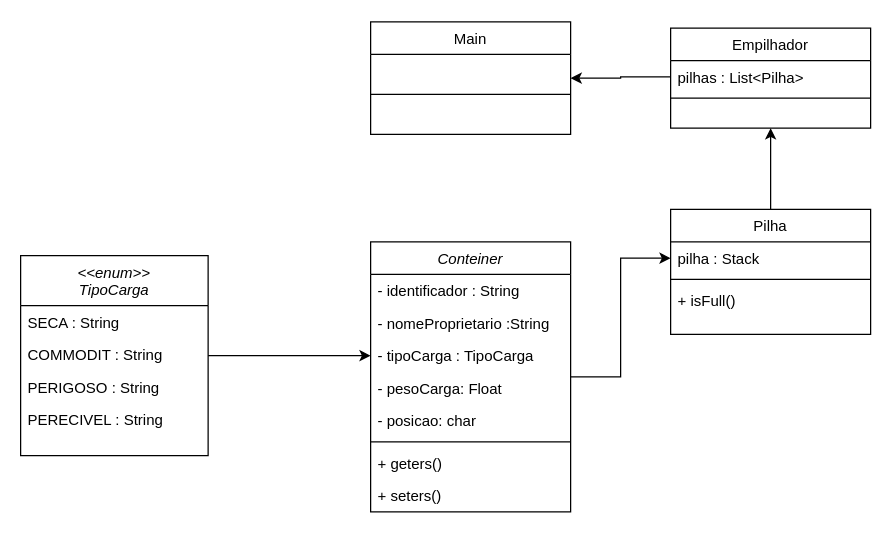
sergiomnds/projeto_lp2 keeps this draw.io diagram as EmpilhamentoConteiners.drawio. Above is the earlier version. Source tidied: cells renumbered, new cells numbered last; positions are measured from the earlier drawing's top-left corner, leaving out a move shared by most shapes. Both pictures are drawn from the tidied source at 125%, with x=0, y=0 at pixel (20, 21).
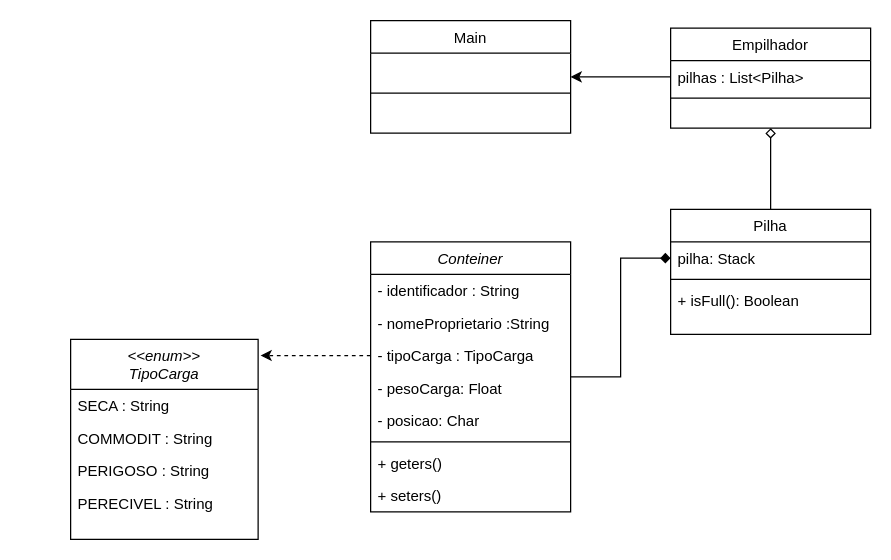
Above is the later version.

Commit message:
ajustei as dependências entre as classes

The change refers to these unchanged cells:
```xml
<mxCell id="3" value="Conteiner" style="swimlane;fontStyle=2;align=center;verticalAlign=top;horizontal=1;startSize=26;rounded=0;shadow=0;strokeWidth=1;" parent="1" vertex="1">
  <mxGeometry x="280" y="176" width="160" height="216" as="geometry" />
</mxCell>
<mxCell id="6" value="- tipoCarga : TipoCarga" style="text;align=left;verticalAlign=top;spacingLeft=4;spacingRight=4;overflow=hidden;points=[[0,0.5],[1,0.5]];portConstraint=eastwest;rounded=0;shadow=0;html=0;" parent="3" vertex="1">
  <mxGeometry y="78" width="160" height="26" as="geometry" />
</mxCell>
<mxCell id="14" value="Empilhador" style="swimlane;fontStyle=0;align=center;verticalAlign=top;horizontal=1;startSize=26;rounded=0;shadow=0;strokeWidth=1;" parent="1" vertex="1">
  <mxGeometry x="520" y="5" width="160" height="80" as="geometry" />
</mxCell>
<mxCell id="24" value="Pilha" style="swimlane;fontStyle=0;align=center;verticalAlign=top;horizontal=1;startSize=26;rounded=0;shadow=0;strokeWidth=1;" parent="1" vertex="1">
  <mxGeometry x="520" y="150" width="160" height="100" as="geometry" />
</mxCell>
```

What changed in the source:
```diff
@@
-    <mxCell id="2" style="edgeStyle=orthogonalEdgeStyle;rounded=0;jettySize=auto;html=1;entryX=0;entryY=0.5;entryDx=0;entryDy=0;" parent="1" edge="1" source="3" target="25">
+    <mxCell id="2" style="edgeStyle=orthogonalEdgeStyle;rounded=0;jettySize=auto;html=1;entryX=0;entryY=0.5;entryDx=0;entryDy=0;endArrow=diamond;endFill=1;" parent="1" edge="1" source="3" target="25">
       <mxGeometry relative="1" as="geometry" />
     </mxCell>
@@
-    <mxCell id="8" value="- posicao: char" style="text;align=left;verticalAlign=top;spacingLeft=4;spacingRight=4;overflow=hidden;rounded=0;shadow=0;html=0;" parent="3" vertex="1">
+    <mxCell id="8" value="- posicao: Char" style="text;align=left;verticalAlign=top;spacingLeft=4;spacingRight=4;overflow=hidden;rounded=0;shadow=0;html=0;" parent="3" vertex="1">
       <mxGeometry y="130" width="160" height="26" as="geometry" />
     </mxCell>
@@
     <mxCell id="12" value="Main" style="swimlane;fontStyle=0;align=center;verticalAlign=top;horizontal=1;startSize=26;rounded=0;shadow=0;strokeWidth=1;" parent="1" vertex="1">
-      <mxGeometry x="280" width="160" height="90" as="geometry" />
+      <mxGeometry x="280" y="-1" width="160" height="90" as="geometry" />
     </mxCell>
@@
-    <mxCell id="17" style="edgeStyle=orthogonalEdgeStyle;rounded=0;jettySize=auto;html=1;" parent="1" edge="1" source="18" target="6">
-      <mxGeometry relative="1" as="geometry" />
-    </mxCell>
     <mxCell id="18" value="&lt;&lt;enum&gt;&gt;&#10;TipoCarga" style="swimlane;fontStyle=2;align=center;verticalAlign=top;horizontal=1;startSize=40;rounded=0;shadow=0;strokeWidth=1;" parent="1" vertex="1">
-      <mxGeometry y="187" width="150" height="160" as="geometry" />
+      <mxGeometry x="40" y="254" width="150" height="160" as="geometry" />
     </mxCell>
@@
-    <mxCell id="23" style="edgeStyle=orthogonalEdgeStyle;rounded=0;jettySize=auto;html=1;entryX=0.5;entryY=1;entryDx=0;entryDy=0;" parent="1" edge="1" source="24" target="14">
+    <mxCell id="23" style="edgeStyle=orthogonalEdgeStyle;rounded=0;jettySize=auto;html=1;entryX=0.5;entryY=1;entryDx=0;entryDy=0;endArrow=diamond;endFill=0;" parent="1" edge="1" source="24" target="14">
       <mxGeometry relative="1" as="geometry" />
     </mxCell>
@@
-    <mxCell id="25" value="pilha : Stack" style="text;align=left;verticalAlign=top;spacingLeft=4;spacingRight=4;overflow=hidden;points=[[0,0.5],[1,0.5]];portConstraint=eastwest;" parent="24" vertex="1">
+    <mxCell id="25" value="pilha: Stack" style="text;align=left;verticalAlign=top;spacingLeft=4;spacingRight=4;overflow=hidden;points=[[0,0.5],[1,0.5]];portConstraint=eastwest;" parent="24" vertex="1">
       <mxGeometry y="26" width="160" height="26" as="geometry" />
     </mxCell>
@@
-    <mxCell id="27" value="+ isFull()" style="text;align=left;verticalAlign=top;spacingLeft=4;spacingRight=4;overflow=hidden;" parent="24" vertex="1">
+    <mxCell id="27" value="+ isFull(): Boolean&#10;" style="text;align=left;verticalAlign=top;spacingLeft=4;spacingRight=4;overflow=hidden;" parent="24" vertex="1">
       <mxGeometry y="60" width="160" height="26" as="geometry" />
     </mxCell>
@@
+    <mxCell id="29" style="edgeStyle=orthogonalEdgeStyle;rounded=0;jettySize=auto;html=1;exitX=0;exitY=0.5;exitDx=0;exitDy=0;entryX=1.013;entryY=0.081;entryDx=0;entryDy=0;entryPerimeter=0;endArrow=classic;endFill=1;dashed=1;" parent="1" edge="1" source="6" target="18">
+      <mxGeometry relative="1" as="geometry" />
+    </mxCell>
```
